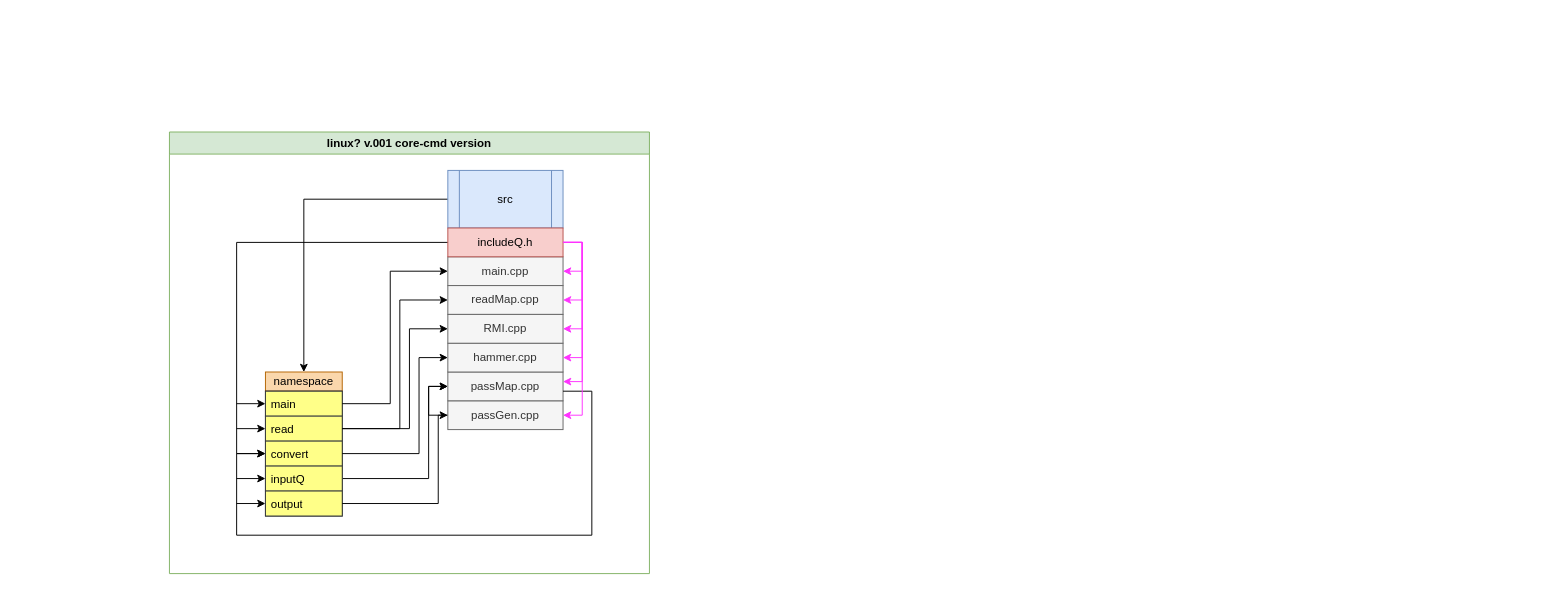
This is HypSsgDiag.drawio from HyperSausage/HyperSSG-core, a draw.io file, before an edit. Source tidied: cells renumbered, new cells numbered last; positions are measured from the earlier drawing's top-left corner, leaving out a move shared by most shapes. Both pictures are drawn from the tidied source at 96%, with x=0, y=0 at pixel (169, 132).
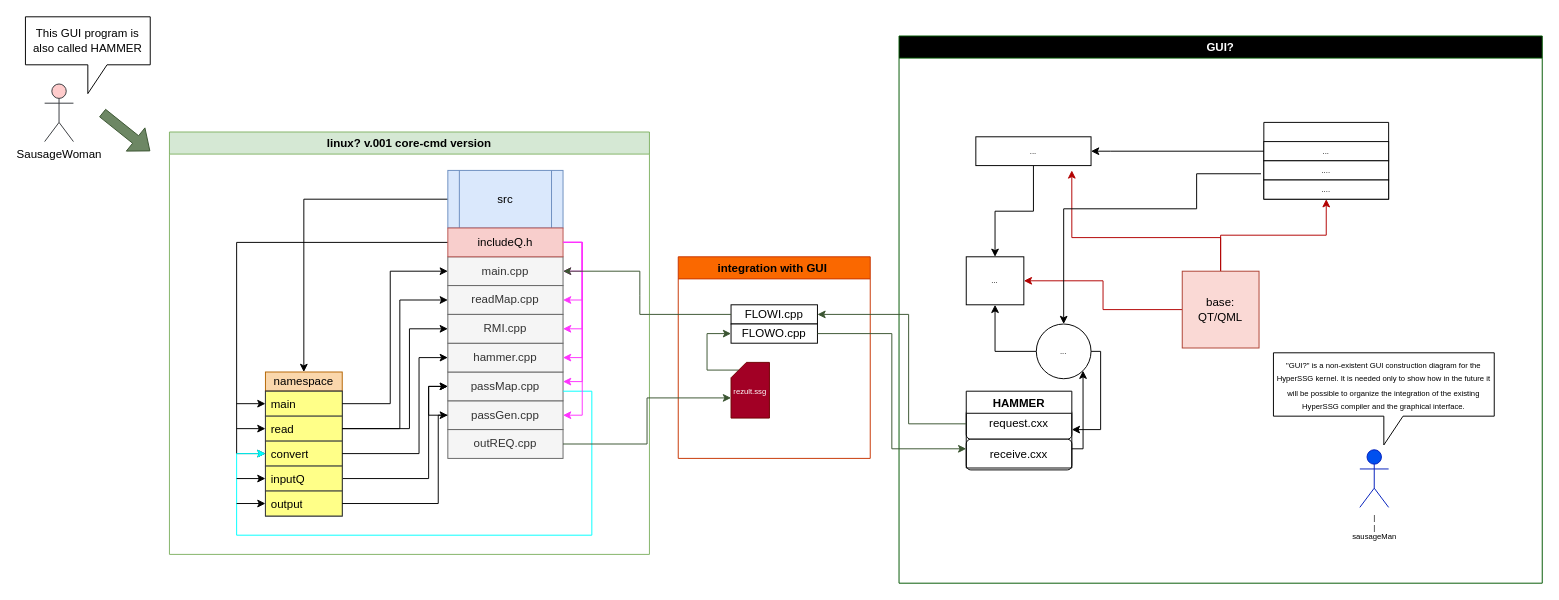
The same diagram, later.

Unchanged cells that the change refers to:
```xml
<mxCell id="7" value="convert" style="text;html=1;strokeColor=#36393d;fillColor=#ffff88;align=left;verticalAlign=top;spacingLeft=4;spacingRight=4;whiteSpace=wrap;overflow=hidden;points=[[0,0.5],[1,0.5]];portConstraint=eastwest;" parent="2" vertex="1">
  <mxGeometry x="100" y="322" width="80" height="26" as="geometry" />
</mxCell>
<mxCell id="13" value="main.cpp" style="rounded=0;whiteSpace=wrap;html=1;fillColor=#f5f5f5;fontColor=#333333;strokeColor=#666666;" parent="2" vertex="1">
  <mxGeometry x="290" y="130" width="120" height="30" as="geometry" />
</mxCell>
```

What changed in the source:
```diff
@@
     <mxCell id="2" value="linux? v.001 core-cmd version" style="swimlane;fillColor=#d5e8d4;strokeColor=#82b366;" parent="1" vertex="1">
-      <mxGeometry width="500" height="460" as="geometry" />
+      <mxGeometry width="500" height="440" as="geometry" />
     </mxCell>
@@
-    <mxCell id="28" style="edgeStyle=orthogonalEdgeStyle;rounded=0;jettySize=auto;html=1;entryX=0;entryY=0.5;entryDx=0;entryDy=0;" parent="2" edge="1" target="7">
+    <mxCell id="28" style="edgeStyle=orthogonalEdgeStyle;rounded=0;jettySize=auto;html=1;entryX=0;entryY=0.5;entryDx=0;entryDy=0;fillColor=#ffff88;strokeColor=#00FFFF;" parent="2" edge="1" target="7">
       <mxGeometry relative="1" as="geometry">
         <mxPoint x="410" y="270" as="sourcePoint" />
         <Array as="points">
           <mxPoint x="440" y="270" />
           <mxPoint x="440" y="420" />
           <mxPoint x="70" y="420" />
           <mxPoint x="70" y="335" />
         </Array>
       </mxGeometry>
     </mxCell>
@@
+    <mxCell id="38" value="outREQ.cpp" style="rounded=0;whiteSpace=wrap;html=1;fillColor=#f5f5f5;fontColor=#333333;strokeColor=#666666;" parent="2" vertex="1">
+      <mxGeometry x="290" y="310" width="120" height="30" as="geometry" />
+    </mxCell>
@@
+    <mxCell id="39" value="GUI?" style="swimlane;fillColor=#000000;strokeColor=#005700;fontColor=#ffffff;" parent="1" vertex="1">
+      <mxGeometry x="760" y="-100" width="670" height="570" as="geometry" />
+    </mxCell>
+    <mxCell id="40" style="edgeStyle=orthogonalEdgeStyle;rounded=0;jettySize=auto;html=1;exitX=0.5;exitY=0;exitDx=0;exitDy=0;entryX=0.5;entryY=1;entryDx=0;entryDy=0;fontSize=8;strokeColor=#B20000;fillColor=#e51400;" parent="39" edge="1" source="43" target="44">
+      <mxGeometry relative="1" as="geometry" />
+    </mxCell>
+    <mxCell id="41" style="edgeStyle=orthogonalEdgeStyle;rounded=0;jettySize=auto;html=1;entryX=1;entryY=0.5;entryDx=0;entryDy=0;fontSize=12;fontColor=#000000;strokeColor=#B20000;fillColor=#e51400;" parent="39" edge="1" source="43" target="50">
+      <mxGeometry relative="1" as="geometry" />
+    </mxCell>
+    <mxCell id="42" style="edgeStyle=orthogonalEdgeStyle;rounded=0;jettySize=auto;html=1;entryX=0.833;entryY=1.167;entryDx=0;entryDy=0;entryPerimeter=0;fontSize=12;fontColor=#000000;strokeColor=#B20000;fillColor=#e51400;" parent="39" edge="1" source="43" target="49">
+      <mxGeometry relative="1" as="geometry">
+        <Array as="points">
+          <mxPoint x="335" y="210" />
+          <mxPoint x="180" y="210" />
+        </Array>
+      </mxGeometry>
+    </mxCell>
+    <mxCell id="43" value="base:&lt;br&gt;QT/QML" style="whiteSpace=wrap;html=1;fillColor=#fad9d5;strokeColor=#ae4132;" parent="39" vertex="1">
+      <mxGeometry x="295" y="245" width="80" height="80" as="geometry" />
+    </mxCell>
+    <mxCell id="44" style="swimlane;startSize=0;fontSize=8;" parent="39" vertex="1">
+      <mxGeometry x="380" y="90" width="130" height="80" as="geometry" />
+    </mxCell>
+    <mxCell id="45" value="..." style="whiteSpace=wrap;html=1;fontSize=8;" parent="44" vertex="1">
+      <mxGeometry y="20" width="130" height="20" as="geometry" />
+    </mxCell>
+    <mxCell id="46" value="...." style="whiteSpace=wrap;html=1;fontSize=8;" parent="44" vertex="1">
+      <mxGeometry y="40" width="130" height="20" as="geometry" />
+    </mxCell>
+    <mxCell id="47" value="...." style="whiteSpace=wrap;html=1;fontSize=8;" parent="44" vertex="1">
+      <mxGeometry y="60" width="130" height="20" as="geometry" />
+    </mxCell>
+    <mxCell id="48" style="edgeStyle=orthogonalEdgeStyle;rounded=0;jettySize=auto;html=1;fontSize=12;fontColor=#000000;strokeColor=#000000;" parent="39" edge="1" source="49" target="50">
+      <mxGeometry relative="1" as="geometry" />
+    </mxCell>
+    <mxCell id="49" value="..." style="rounded=0;whiteSpace=wrap;html=1;fontSize=8;" parent="39" vertex="1">
+      <mxGeometry x="80" y="105" width="120" height="30" as="geometry" />
+    </mxCell>
+    <mxCell id="50" value="..." style="rounded=0;whiteSpace=wrap;html=1;fontSize=8;" parent="39" vertex="1">
+      <mxGeometry x="70" y="230" width="60" height="50" as="geometry" />
+    </mxCell>
+    <mxCell id="51" style="edgeStyle=orthogonalEdgeStyle;rounded=0;jettySize=auto;html=1;entryX=1;entryY=0.5;entryDx=0;entryDy=0;fontSize=12;fontColor=#000000;strokeColor=#000000;" parent="39" edge="1" source="53" target="58">
+      <mxGeometry relative="1" as="geometry">
+        <Array as="points">
+          <mxPoint x="210" y="328" />
+          <mxPoint x="210" y="410" />
+        </Array>
+      </mxGeometry>
+    </mxCell>
+    <mxCell id="52" style="edgeStyle=orthogonalEdgeStyle;rounded=0;jettySize=auto;html=1;entryX=0.5;entryY=1;entryDx=0;entryDy=0;fontSize=12;fontColor=#000000;strokeColor=#000000;" parent="39" edge="1" source="53" target="50">
+      <mxGeometry relative="1" as="geometry" />
+    </mxCell>
+    <mxCell id="53" value="..." style="ellipse;whiteSpace=wrap;html=1;fontSize=8;" parent="39" vertex="1">
+      <mxGeometry x="143" y="300" width="57" height="57" as="geometry" />
+    </mxCell>
+    <mxCell id="54" value="&lt;font color=&quot;#000000&quot;&gt;|&lt;br&gt;|&lt;br&gt;sausageMan&lt;br&gt;&lt;/font&gt;" style="shape=umlActor;verticalLabelPosition=bottom;verticalAlign=top;html=1;fontSize=8;fillColor=#0050ef;strokeColor=#001DBC;fontColor=#ffffff;" parent="39" vertex="1">
+      <mxGeometry x="480" y="431" width="30" height="60" as="geometry" />
+    </mxCell>
+    <mxCell id="55" value="&lt;font style=&quot;font-size: 12px;&quot;&gt;request.cxx&lt;br&gt;&lt;/font&gt;" style="rounded=1;whiteSpace=wrap;html=1;fontSize=8;" parent="39" vertex="1">
+      <mxGeometry x="70" y="388" width="110" height="32" as="geometry" />
+    </mxCell>
+    <mxCell id="56" value="&lt;font style=&quot;font-size: 8px;&quot;&gt;&quot;GUI?&quot; is a non-existent GUI construction diagram for the HyperSSG kernel. It is needed only to show how in the future it will be possible to organize the integration of the existing HyperSSG compiler and the graphical interface.&lt;/font&gt;" style="shape=callout;whiteSpace=wrap;html=1;perimeter=calloutPerimeter;fontSize=12;fontColor=#000000;" parent="39" vertex="1">
+      <mxGeometry x="390" y="330" width="230" height="96" as="geometry" />
+    </mxCell>
+    <mxCell id="57" value="&lt;font style=&quot;font-size: 12px;&quot;&gt;receive.cxx&lt;br&gt;&lt;/font&gt;" style="rounded=1;whiteSpace=wrap;html=1;fontSize=8;" parent="39" vertex="1">
+      <mxGeometry x="70" y="420" width="110" height="32" as="geometry" />
+    </mxCell>
+    <mxCell id="58" value="HAMMER" style="swimlane;fontSize=12;fontColor=#000000;" parent="39" vertex="1">
+      <mxGeometry x="70" y="370" width="110" height="80" as="geometry" />
+    </mxCell>
+    <mxCell id="59" style="edgeStyle=orthogonalEdgeStyle;rounded=0;jettySize=auto;html=1;exitX=0;exitY=0.5;exitDx=0;exitDy=0;entryX=1;entryY=0.5;entryDx=0;entryDy=0;fontSize=12;fontColor=#000000;strokeColor=#000000;" parent="39" edge="1" source="45" target="49">
+      <mxGeometry relative="1" as="geometry">
+        <Array as="points">
+          <mxPoint x="220" y="120" />
+        </Array>
+      </mxGeometry>
+    </mxCell>
+    <mxCell id="60" style="edgeStyle=orthogonalEdgeStyle;rounded=0;jettySize=auto;html=1;entryX=0.5;entryY=0;entryDx=0;entryDy=0;fontSize=12;fontColor=#000000;strokeColor=#000000;exitX=-0.023;exitY=0.669;exitDx=0;exitDy=0;exitPerimeter=0;" parent="39" edge="1" source="44" target="53">
+      <mxGeometry relative="1" as="geometry">
+        <Array as="points">
+          <mxPoint x="310" y="144" />
+          <mxPoint x="310" y="180" />
+          <mxPoint x="171" y="180" />
+        </Array>
+      </mxGeometry>
+    </mxCell>
+    <mxCell id="61" style="edgeStyle=orthogonalEdgeStyle;rounded=0;jettySize=auto;html=1;fontSize=12;fontColor=#000000;strokeColor=#000000;entryX=1;entryY=1;entryDx=0;entryDy=0;" parent="39" edge="1" source="57" target="53">
+      <mxGeometry relative="1" as="geometry">
+        <Array as="points">
+          <mxPoint x="192" y="430" />
+        </Array>
+      </mxGeometry>
+    </mxCell>
+    <mxCell id="62" value="integration with GUI " style="swimlane;fillColor=#fa6800;fontColor=#000000;strokeColor=#C73500;" parent="1" vertex="1">
+      <mxGeometry x="530" y="130" width="200" height="210" as="geometry" />
+    </mxCell>
+    <mxCell id="63" value="FLOWI.cpp" style="rounded=0;whiteSpace=wrap;html=1;" parent="62" vertex="1">
+      <mxGeometry x="55" y="50" width="90" height="20" as="geometry" />
+    </mxCell>
+    <mxCell id="64" style="edgeStyle=orthogonalEdgeStyle;rounded=0;jettySize=auto;html=1;exitX=0;exitY=0;exitDx=8;exitDy=8;exitPerimeter=0;entryX=0;entryY=0.5;entryDx=0;entryDy=0;fontSize=12;fontColor=#000000;strokeColor=#3A5431;fillColor=#6d8764;" parent="62" edge="1" source="65" target="66">
+      <mxGeometry relative="1" as="geometry">
+        <Array as="points">
+          <mxPoint x="30" y="118" />
+          <mxPoint x="30" y="80" />
+        </Array>
+      </mxGeometry>
+    </mxCell>
+    <mxCell id="65" value="&lt;font style=&quot;font-size: 8px;&quot;&gt;rezult.ssg&lt;/font&gt;" style="shape=card;whiteSpace=wrap;html=1;size=16;fillColor=#a20025;fontColor=#ffffff;strokeColor=#6F0000;" parent="62" vertex="1">
+      <mxGeometry x="55" y="110" width="40" height="58" as="geometry" />
+    </mxCell>
+    <mxCell id="66" value="FLOWO.cpp" style="rounded=0;whiteSpace=wrap;html=1;" parent="62" vertex="1">
+      <mxGeometry x="55" y="70" width="90" height="20" as="geometry" />
+    </mxCell>
+    <mxCell id="67" style="edgeStyle=orthogonalEdgeStyle;rounded=0;jettySize=auto;html=1;entryX=0;entryY=0;entryDx=0;entryDy=37;entryPerimeter=0;fontSize=8;strokeColor=#3A5431;fillColor=#6d8764;" parent="1" edge="1" source="38" target="65">
+      <mxGeometry relative="1" as="geometry" />
+    </mxCell>
+    <mxCell id="68" style="endArrow=classic;html=1;rounded=0;fontSize=8;strokeColor=#3A5431;entryX=1;entryY=0.5;entryDx=0;entryDy=0;exitX=0;exitY=0.5;exitDx=0;exitDy=0;fillColor=#6d8764;" parent="1" edge="1" source="63" target="13">
+      <mxGeometry relative="1" as="geometry">
+        <Array as="points">
+          <mxPoint x="500" y="190" />
+          <mxPoint x="490" y="190" />
+          <mxPoint x="490" y="170" />
+          <mxPoint x="490" y="145" />
+        </Array>
+      </mxGeometry>
+    </mxCell>
+    <mxCell id="69" style="edgeStyle=orthogonalEdgeStyle;rounded=0;jettySize=auto;html=1;exitX=0;exitY=0.5;exitDx=0;exitDy=0;entryX=1;entryY=0.5;entryDx=0;entryDy=0;fontSize=8;fontColor=#000000;strokeColor=#3A5431;fillColor=#6d8764;" parent="1" edge="1" source="55" target="63">
+      <mxGeometry relative="1" as="geometry">
+        <Array as="points">
+          <mxPoint x="770" y="304" />
+          <mxPoint x="770" y="190" />
+        </Array>
+      </mxGeometry>
+    </mxCell>
+    <mxCell id="70" value="SausageWoman" style="shape=umlActor;verticalLabelPosition=bottom;verticalAlign=top;html=1;fontSize=12;fillColor=#ffcccc;strokeColor=#36393d;" parent="1" vertex="1">
+      <mxGeometry x="-130" y="-50" width="30" height="60" as="geometry" />
+    </mxCell>
+    <mxCell id="71" style="shape=flexArrow;endArrow=classic;html=1;rounded=0;fontSize=12;fontColor=#000000;strokeColor=#3A5431;fillColor=#6d8764;" parent="1" edge="1">
+      <mxGeometry relative="1" as="geometry">
+        <mxPoint x="-70" y="-20" as="sourcePoint" />
+        <mxPoint x="-20" y="20" as="targetPoint" />
+      </mxGeometry>
+    </mxCell>
+    <mxCell id="72" value="This GUI program is also called HAMMER" style="shape=callout;whiteSpace=wrap;html=1;perimeter=calloutPerimeter;fontSize=12;fontColor=#000000;" parent="1" vertex="1">
+      <mxGeometry x="-150" y="-120" width="130" height="80" as="geometry" />
+    </mxCell>
+    <mxCell id="73" style="edgeStyle=orthogonalEdgeStyle;rounded=0;jettySize=auto;html=1;entryX=0;entryY=0.75;entryDx=0;entryDy=0;fontSize=12;fontColor=#000000;strokeColor=#3A5431;fillColor=#6d8764;" parent="1" edge="1" source="66" target="58">
+      <mxGeometry relative="1" as="geometry" />
+    </mxCell>
```
